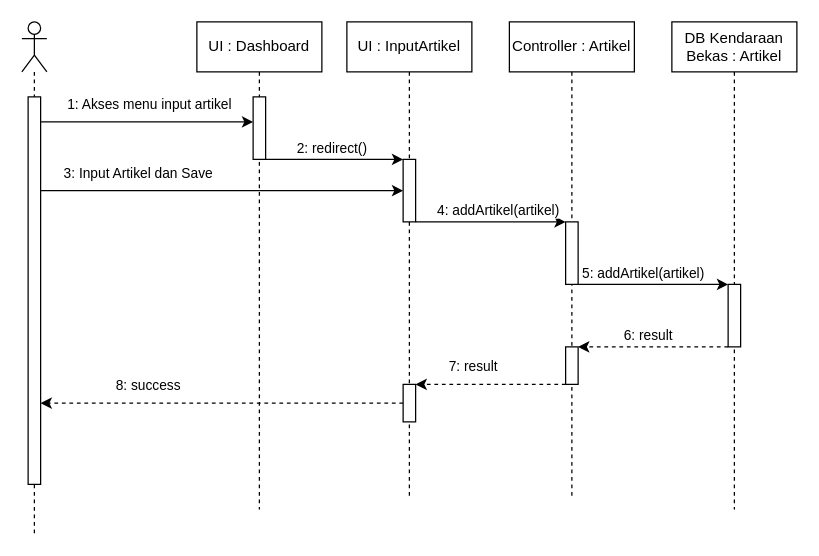
The draw.io diagram page "Input Artikel" (2 of 28) of UML/Sequence Web.drawio in DevinWilliady/KendaraanBekasUML, before the edit. Source tidied: cells renumbered, new cells numbered last; positions are measured from the earlier drawing's top-left corner, leaving out a move shared by most shapes. Both pictures are drawn from the tidied source at 125%, with x=0, y=0 at pixel (21, 21).
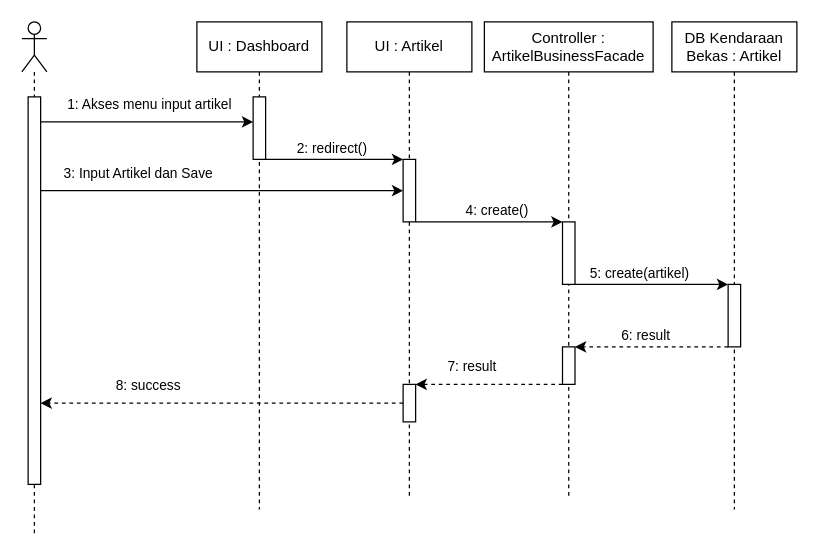
The same diagram, later.

The change refers to these unchanged cells:
```xml
<mxCell id="20" style="edgeStyle=orthogonalEdgeStyle;rounded=0;jettySize=auto;html=1;" parent="1" edge="1" source="7" target="16">
  <mxGeometry relative="1" as="geometry">
    <Array as="points">
      <mxPoint x="410" y="160" />
      <mxPoint x="410" y="160" />
    </Array>
  </mxGeometry>
</mxCell>
<mxCell id="22" style="edgeStyle=orthogonalEdgeStyle;rounded=0;jettySize=auto;html=1;" parent="1" edge="1" source="16" target="19">
  <mxGeometry relative="1" as="geometry">
    <Array as="points">
      <mxPoint x="560" y="210" />
      <mxPoint x="560" y="210" />
    </Array>
  </mxGeometry>
</mxCell>
```

Diff of the diagram source:
```diff
@@
-    <mxCell id="6" value="UI : InputArtikel" style="shape=umlLifeline;perimeter=lifelinePerimeter;whiteSpace=wrap;html=1;" parent="1" vertex="1">
+    <mxCell id="6" value="UI : Artikel" style="shape=umlLifeline;perimeter=lifelinePerimeter;whiteSpace=wrap;html=1;" parent="1" vertex="1">
       <mxGeometry x="260" width="100" height="380" as="geometry" />
     </mxCell>
@@
-    <mxCell id="15" value="Controller : Artikel" style="shape=umlLifeline;perimeter=lifelinePerimeter;whiteSpace=wrap;html=1;" parent="1" vertex="1">
-      <mxGeometry x="390" width="100" height="380" as="geometry" />
+    <mxCell id="15" value="Controller : ArtikelBusinessFacade" style="shape=umlLifeline;perimeter=lifelinePerimeter;whiteSpace=wrap;html=1;" parent="1" vertex="1">
+      <mxGeometry x="370" width="135" height="380" as="geometry" />
     </mxCell>
     <mxCell id="16" style="html=1;points=[];perimeter=orthogonalPerimeter;" parent="15" vertex="1">
-      <mxGeometry x="45" y="160" width="10" height="50" as="geometry" />
+      <mxGeometry x="62.5" y="160" width="10" height="50" as="geometry" />
     </mxCell>
     <mxCell id="17" style="html=1;points=[];perimeter=orthogonalPerimeter;" parent="15" vertex="1">
-      <mxGeometry x="45" y="260" width="10" height="30" as="geometry" />
+      <mxGeometry x="62.5" y="260" width="10" height="30" as="geometry" />
     </mxCell>
@@
-    <mxCell id="21" value="4: addArtikel(artikel)" style="edgeLabel;html=1;align=center;verticalAlign=middle;" parent="20" vertex="1">
+    <mxCell id="21" value="4: create()" style="edgeLabel;html=1;align=center;verticalAlign=middle;" parent="20" vertex="1">
       <mxGeometry x="-0.23" y="-1" relative="1" as="geometry">
         <mxPoint x="19" y="-11" as="offset" />
       </mxGeometry>
     </mxCell>
@@
-    <mxCell id="23" value="5: addArtikel(artikel)" style="edgeLabel;html=1;align=center;verticalAlign=middle;" parent="22" vertex="1">
+    <mxCell id="23" value="5: create(artikel)" style="edgeLabel;html=1;align=center;verticalAlign=middle;" parent="22" vertex="1">
       <mxGeometry x="-0.29" y="1" relative="1" as="geometry">
         <mxPoint x="8" y="-9" as="offset" />
       </mxGeometry>
     </mxCell>
```
